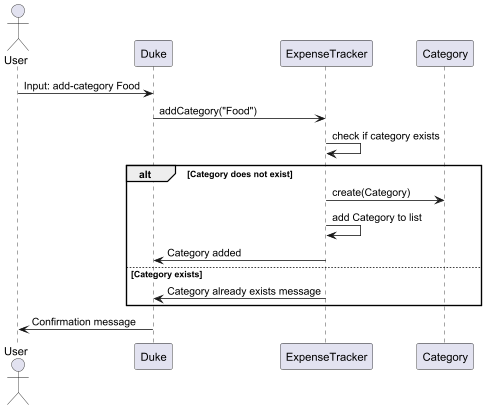
Above: docs/diagrams/AddCategory.png in nus-cs2113-AY2425S1/tp (PlantUML), before the change. Source of this version:
```plantuml
@startuml
actor User
participant Duke
participant ExpenseTracker
participant Category

User -> Duke: Input: add-category Food
Duke -> ExpenseTracker: addCategory("Food")
ExpenseTracker -> ExpenseTracker: check if category exists
alt Category does not exist
    ExpenseTracker -> Category: create(Category)
    ExpenseTracker -> ExpenseTracker: add Category to list
    ExpenseTracker -> Duke: Category added
else Category exists
    ExpenseTracker -> Duke: Category already exists message
end
Duke -> User: Confirmation message
@enduml
```
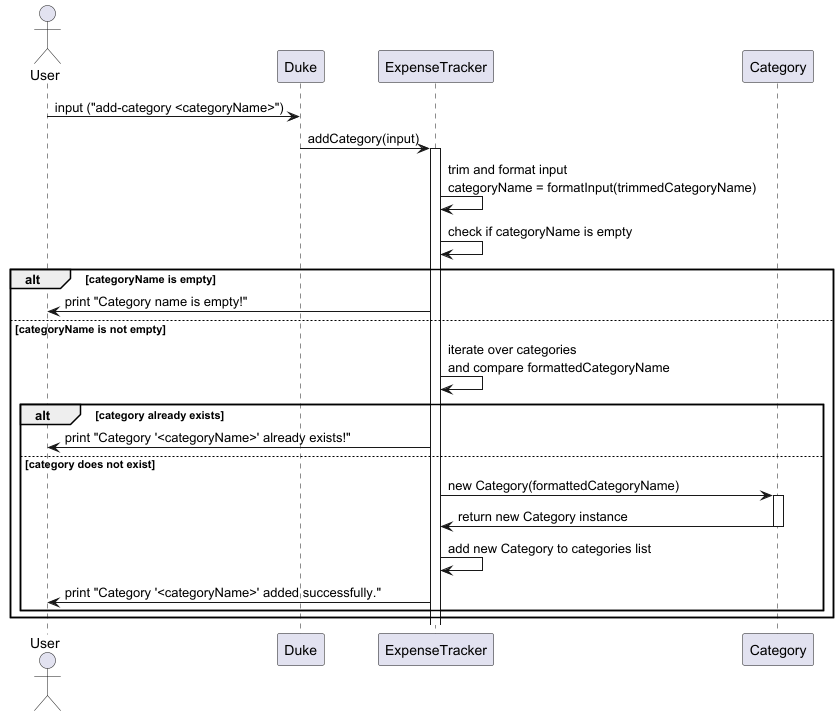
The same diagram one commit later.

Commit message:
Add new picture file of add-category sequence diagram

Change to the diagram source:
```diff
@@ -4,15 +4,28 @@
 participant ExpenseTracker
 participant Category
 
-User -> Duke: Input: add-category Food
-Duke -> ExpenseTracker: addCategory("Food")
-ExpenseTracker -> ExpenseTracker: check if category exists
-alt Category does not exist
-    ExpenseTracker -> Category: create(Category)
-    ExpenseTracker -> ExpenseTracker: add Category to list
-    ExpenseTracker -> Duke: Category added
-else Category exists
-    ExpenseTracker -> Duke: Category already exists message
+User -> Duke: input ("add-category <categoryName>")
+Duke -> ExpenseTracker: addCategory(input)
+
+activate ExpenseTracker
+ExpenseTracker -> ExpenseTracker: trim and format input\ncategoryName = formatInput(trimmedCategoryName)
+
+ExpenseTracker -> ExpenseTracker: check if categoryName is empty
+alt categoryName is empty
+    ExpenseTracker -> User: print "Category name is empty!"
+else categoryName is not empty
+    ExpenseTracker -> ExpenseTracker: iterate over categories\nand compare formattedCategoryName
+
+    alt category already exists
+        ExpenseTracker -> User: print "Category '<categoryName>' already exists!"
+    else category does not exist
+        ExpenseTracker -> Category: new Category(formattedCategoryName)
+        activate Category
+        Category -> ExpenseTracker: return new Category instance
+        deactivate Category
+
+        ExpenseTracker -> ExpenseTracker: add new Category to categories list
+        ExpenseTracker -> User: print "Category '<categoryName>' added successfully."
+    end
 end
-Duke -> User: Confirmation message
 @enduml
```
